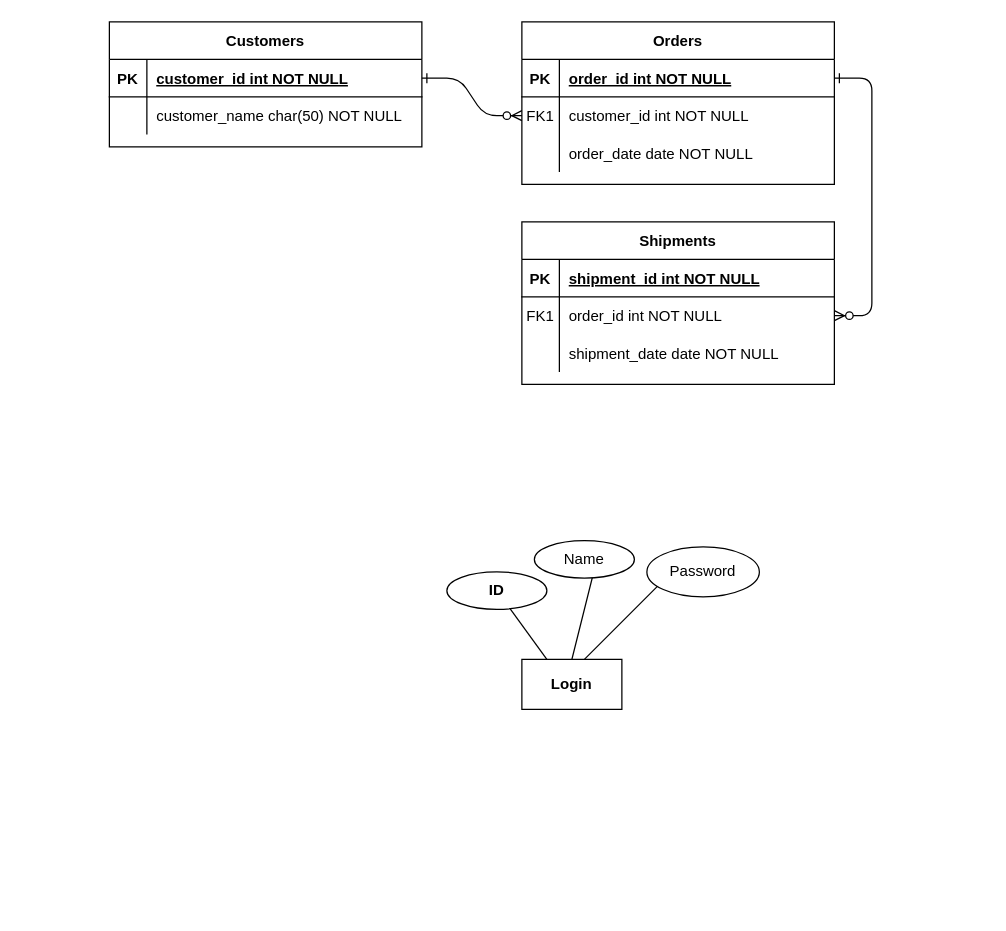
Before: Untitled Diagram.drawio in Farhana-47-Rahman/Farhana-47-Rahman, a draw.io diagram. Source tidied: cells renumbered, new cells numbered last; positions are measured from the earlier drawing's top-left corner, leaving out a move shared by most shapes. Both pictures are drawn from the tidied source at 125%, with x=0, y=0 at pixel (109, 21).
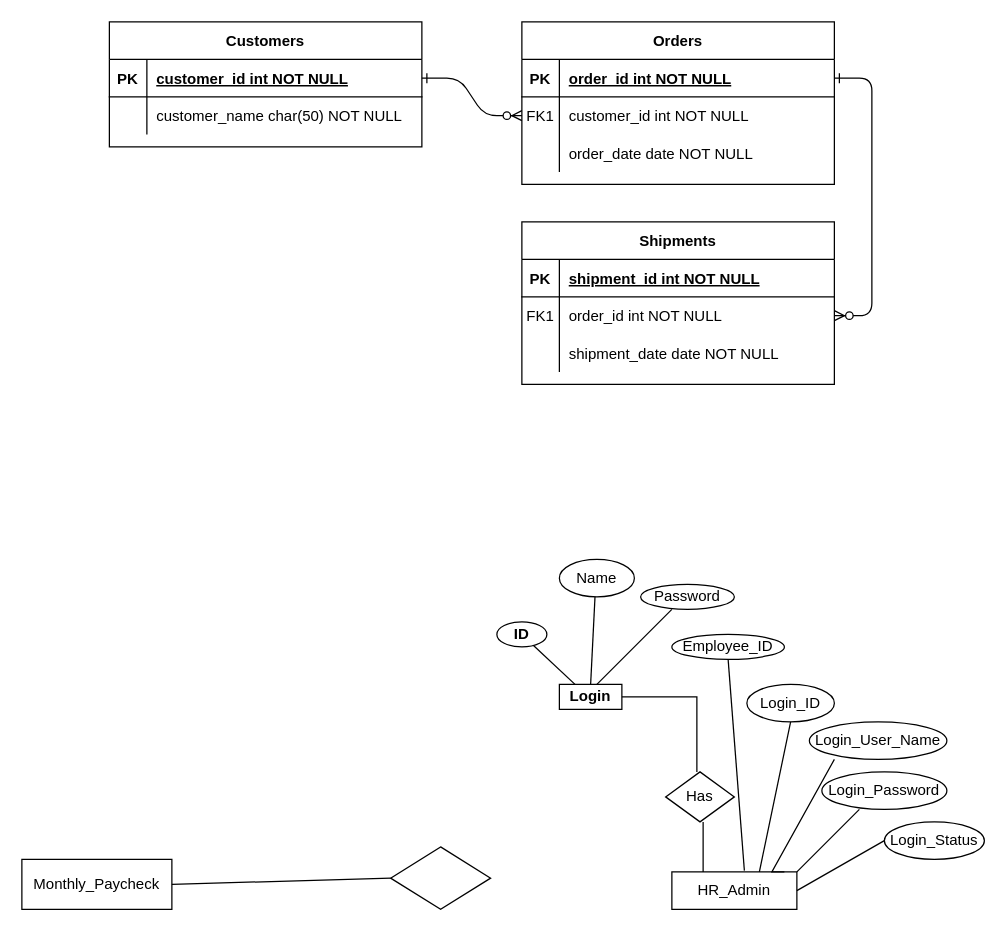
Above is the later version.

The edit, as a diff of the source:
```diff
@@
     <mxCell id="31" value="Login" style="rounded=0;whiteSpace=wrap;html=1;fontStyle=1;" parent="1" vertex="1">
-      <mxGeometry x="330" y="510" width="80" height="40" as="geometry" />
+      <mxGeometry x="360" y="530" width="50" height="20" as="geometry" />
     </mxCell>
@@
     <mxCell id="34" style="endArrow=none;html=1;rounded=0;" parent="1" edge="1">
       <mxGeometry relative="1" as="geometry">
-        <mxPoint x="380" y="510" as="sourcePoint" />
-        <mxPoint x="440" y="450" as="targetPoint" />
+        <mxPoint x="390" y="530" as="sourcePoint" />
+        <mxPoint x="450" y="470" as="targetPoint" />
       </mxGeometry>
     </mxCell>
     <mxCell id="35" value="ID" style="ellipse;whiteSpace=wrap;html=1;fontStyle=1;" parent="1" vertex="1">
-      <mxGeometry x="270" y="440" width="80" height="30" as="geometry" />
+      <mxGeometry x="310" y="480" width="40" height="20" as="geometry" />
     </mxCell>
     <mxCell id="36" value="Name" style="ellipse;whiteSpace=wrap;html=1;" parent="1" vertex="1">
-      <mxGeometry x="340" y="415" width="80" height="30" as="geometry" />
+      <mxGeometry x="360" y="430" width="60" height="30" as="geometry" />
     </mxCell>
     <mxCell id="37" value="Password" style="ellipse;whiteSpace=wrap;html=1;" parent="1" vertex="1">
-      <mxGeometry x="430" y="420" width="90" height="40" as="geometry" />
+      <mxGeometry x="425" y="450" width="75" height="20" as="geometry" />
     </mxCell>
+    <mxCell id="38" value="Has" style="rhombus;whiteSpace=wrap;html=1;" parent="1" vertex="1">
+      <mxGeometry x="445" y="600" width="55" height="40" as="geometry" />
+    </mxCell>
+    <mxCell id="39" style="endArrow=none;html=1;rounded=0;exitX=1;exitY=0.5;exitDx=0;exitDy=0;" parent="1" edge="1" source="31">
+      <mxGeometry relative="1" as="geometry">
+        <mxPoint x="470" y="600" as="targetPoint" />
+        <Array as="points">
+          <mxPoint x="470" y="540" />
+        </Array>
+      </mxGeometry>
+    </mxCell>
+    <mxCell id="40" value="HR_Admin" style="rounded=0;whiteSpace=wrap;html=1;" parent="1" vertex="1">
+      <mxGeometry x="450" y="680" width="100" height="30" as="geometry" />
+    </mxCell>
+    <mxCell id="41" style="endArrow=none;html=1;rounded=0;" parent="1" edge="1">
+      <mxGeometry relative="1" as="geometry">
+        <mxPoint x="475" y="680" as="sourcePoint" />
+        <mxPoint x="475" y="640" as="targetPoint" />
+      </mxGeometry>
+    </mxCell>
+    <mxCell id="42" value="Employee_ID" style="ellipse;whiteSpace=wrap;html=1;" parent="1" vertex="1">
+      <mxGeometry x="450" y="490" width="90" height="20" as="geometry" />
+    </mxCell>
+    <mxCell id="43" value="Login_ID" style="ellipse;whiteSpace=wrap;html=1;" parent="1" vertex="1">
+      <mxGeometry x="510" y="530" width="70" height="30" as="geometry" />
+    </mxCell>
+    <mxCell id="44" value="Login_User_Name" style="ellipse;whiteSpace=wrap;html=1;" parent="1" vertex="1">
+      <mxGeometry x="560" y="560" width="110" height="30" as="geometry" />
+    </mxCell>
+    <mxCell id="45" value="Login_Password" style="ellipse;whiteSpace=wrap;html=1;" parent="1" vertex="1">
+      <mxGeometry x="570" y="600" width="100" height="30" as="geometry" />
+    </mxCell>
+    <mxCell id="46" value="Login_Status" style="ellipse;whiteSpace=wrap;html=1;" parent="1" vertex="1">
+      <mxGeometry x="620" y="640" width="80" height="30" as="geometry" />
+    </mxCell>
+    <mxCell id="47" style="endArrow=none;html=1;rounded=0;exitX=0.58;exitY=-0.033;exitDx=0;exitDy=0;exitPerimeter=0;entryX=0.5;entryY=1;entryDx=0;entryDy=0;" parent="1" edge="1" source="40" target="42">
+      <mxGeometry relative="1" as="geometry" />
+    </mxCell>
+    <mxCell id="48" style="endArrow=none;html=1;rounded=0;entryX=0.5;entryY=1;entryDx=0;entryDy=0;" parent="1" edge="1" target="43">
+      <mxGeometry relative="1" as="geometry">
+        <mxPoint x="520" y="680" as="sourcePoint" />
+      </mxGeometry>
+    </mxCell>
+    <mxCell id="49" style="endArrow=none;html=1;rounded=0;exitX=0.9;exitY=0;exitDx=0;exitDy=0;exitPerimeter=0;" parent="1" edge="1" source="40">
+      <mxGeometry relative="1" as="geometry">
+        <mxPoint x="580" y="590" as="targetPoint" />
+        <Array as="points">
+          <mxPoint x="530" y="680" />
+        </Array>
+      </mxGeometry>
+    </mxCell>
+    <mxCell id="50" style="endArrow=none;html=1;rounded=0;" parent="1" edge="1">
+      <mxGeometry relative="1" as="geometry">
+        <mxPoint x="550" y="680" as="sourcePoint" />
+        <mxPoint x="600" y="630" as="targetPoint" />
+      </mxGeometry>
+    </mxCell>
+    <mxCell id="51" style="endArrow=none;html=1;rounded=0;exitX=1;exitY=0.5;exitDx=0;exitDy=0;entryX=0;entryY=0.5;entryDx=0;entryDy=0;" parent="1" edge="1" source="40" target="46">
+      <mxGeometry relative="1" as="geometry" />
+    </mxCell>
+    <mxCell id="52" value="Monthly_Paycheck" style="rounded=0;whiteSpace=wrap;html=1;" parent="1" vertex="1">
+      <mxGeometry x="-70" y="670" width="120" height="40" as="geometry" />
+    </mxCell>
+    <mxCell id="53" style="rhombus;whiteSpace=wrap;html=1;" parent="1" vertex="1">
+      <mxGeometry x="225" y="660" width="80" height="50" as="geometry" />
+    </mxCell>
+    <mxCell id="54" style="endArrow=none;html=1;rounded=0;entryX=0;entryY=0.5;entryDx=0;entryDy=0;" parent="1" edge="1" target="53">
+      <mxGeometry relative="1" as="geometry">
+        <mxPoint x="50" y="690" as="sourcePoint" />
+      </mxGeometry>
+    </mxCell>
```
